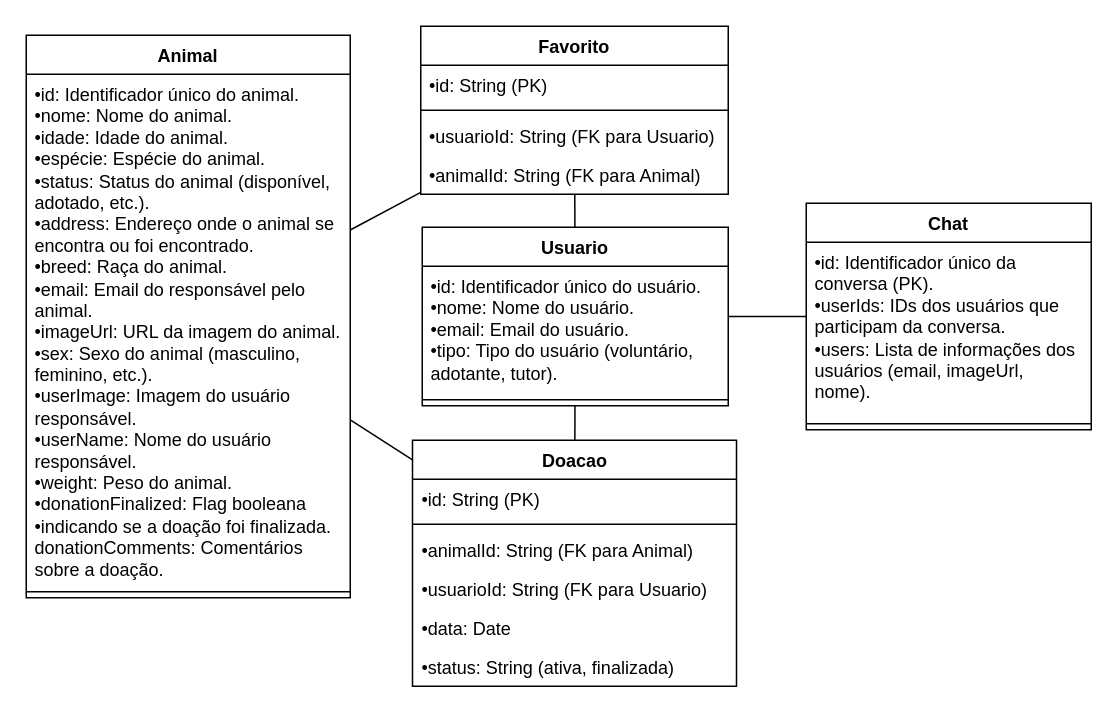
The draw.io diagram Diagrama MER.drawio in JoaoGans/DRAW.tcc, before the edit. Source tidied: cells renumbered, new cells numbered last; positions are measured from the earlier drawing's top-left corner, leaving out a move shared by most shapes. Both pictures are drawn from the tidied source at 150%, with x=0, y=0 at pixel (26, 26).
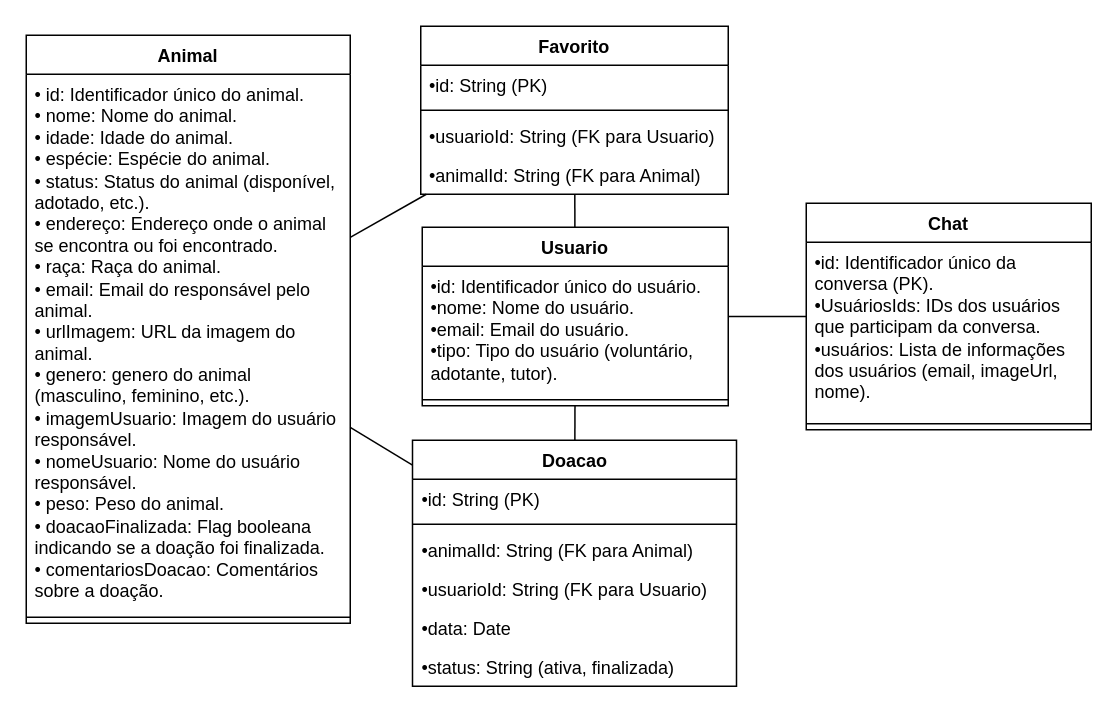
The same page after the edit.

The change refers to these unchanged cells:
```xml
<mxCell id="20" value="Chat" style="swimlane;fontStyle=1;align=center;verticalAlign=top;horizontal=1;startSize=26;whiteSpace=wrap;html=1;" parent="1" vertex="1">
  <mxGeometry x="520" y="118" width="190" height="151" as="geometry" />
</mxCell>
```

Diff of the diagram source:
```diff
@@
     <mxCell id="2" value="Animal" style="swimlane;fontStyle=1;align=center;verticalAlign=top;horizontal=1;startSize=26;whiteSpace=wrap;html=1;" parent="1" vertex="1">
-      <mxGeometry y="6" width="216" height="375" as="geometry" />
+      <mxGeometry y="6" width="216" height="392" as="geometry" />
     </mxCell>
-    <mxCell id="3" value="&lt;div&gt;•id: Identificador único do animal.&lt;/div&gt;&lt;div&gt;•nome: Nome do animal.&lt;/div&gt;&lt;div&gt;•idade: Idade do animal.&lt;/div&gt;&lt;div&gt;•espécie: Espécie do animal.&lt;/div&gt;&lt;div&gt;•status: Status do animal (disponível, adotado, etc.).&lt;/div&gt;&lt;div&gt;•address: Endereço onde o animal se encontra ou foi encontrado.&lt;/div&gt;&lt;div&gt;•breed: Raça do animal.&lt;/div&gt;&lt;div&gt;•email: Email do responsável pelo animal.&lt;/div&gt;&lt;div&gt;•imageUrl: URL da imagem do animal.&lt;/div&gt;&lt;div&gt;•sex: Sexo do animal (masculino, feminino, etc.).&lt;/div&gt;&lt;div&gt;•userImage: Imagem do usuário responsável.&lt;/div&gt;&lt;div&gt;•userName: Nome do usuário responsável.&lt;/div&gt;&lt;div&gt;•weight: Peso do animal.&lt;/div&gt;&lt;div&gt;•donationFinalized: Flag booleana •indicando se a doação foi finalizada.&lt;/div&gt;&lt;div&gt;donationComments:&amp;nbsp;Comentários sobre a doação.&lt;/div&gt;" style="text;strokeColor=none;fillColor=none;align=left;verticalAlign=top;spacingLeft=4;spacingRight=4;overflow=hidden;whiteSpace=wrap;html=1;" parent="2" vertex="1">
-      <mxGeometry y="26" width="216" height="341" as="geometry" />
+    <mxCell id="3" value="• id: Identificador único do animal.&lt;br&gt;• nome: Nome do animal.&lt;br&gt;• idade: Idade do animal.&lt;br&gt;• espécie: Espécie do animal.&lt;br&gt;• status: Status do animal (disponível, adotado, etc.).&lt;br&gt;• endereço: Endereço onde o animal se encontra ou foi encontrado.&lt;br&gt;• raça: Raça do animal.&lt;br&gt;• email: Email do responsável pelo animal.&lt;br&gt;• urlImagem: URL da imagem do animal.&lt;br&gt;• genero: genero do animal (masculino, feminino, etc.).&lt;br&gt;• imagemUsuario: Imagem do usuário responsável.&lt;br&gt;• nomeUsuario: Nome do usuário responsável.&lt;br&gt;• peso: Peso do animal.&lt;br&gt;• doacaoFinalizada: Flag booleana indicando se a doação foi finalizada.&lt;br&gt;• comentariosDoacao: Comentários sobre a doação." style="text;strokeColor=none;fillColor=none;align=left;verticalAlign=top;spacingLeft=4;spacingRight=4;overflow=hidden;whiteSpace=wrap;html=1;" parent="2" vertex="1">
+      <mxGeometry y="26" width="216" height="358" as="geometry" />
     </mxCell>
     <mxCell id="4" style="line;strokeWidth=1;fillColor=none;align=left;verticalAlign=middle;spacingTop=-1;spacingLeft=3;spacingRight=3;labelPosition=right;strokeColor=inherit;" parent="2" vertex="1">
-      <mxGeometry y="367" width="216" height="8" as="geometry" />
+      <mxGeometry y="384" width="216" height="8" as="geometry" />
     </mxCell>
@@
-    <mxCell id="21" value="&lt;div&gt;&lt;span style=&quot;background-color: initial;&quot;&gt;•&lt;/span&gt;id: Identificador único da conversa (PK).&lt;/div&gt;&lt;div&gt;&lt;span style=&quot;background-color: initial;&quot;&gt;•&lt;/span&gt;userIds: IDs dos usuários que participam da conversa.&lt;/div&gt;&lt;div&gt;&lt;span style=&quot;background-color: initial;&quot;&gt;•&lt;/span&gt;users: Lista de informações dos usuários (email, imageUrl, nome).&lt;/div&gt;" style="text;strokeColor=none;fillColor=none;align=left;verticalAlign=top;spacingLeft=4;spacingRight=4;overflow=hidden;whiteSpace=wrap;html=1;" parent="20" vertex="1">
+    <mxCell id="21" value="&lt;div&gt;&lt;span style=&quot;background-color: initial;&quot;&gt;•&lt;/span&gt;id: Identificador único da conversa (PK).&lt;/div&gt;&lt;div&gt;&lt;span style=&quot;background-color: initial;&quot;&gt;•UsuáriosIds&lt;/span&gt;: IDs dos usuários que participam da conversa.&lt;/div&gt;&lt;div&gt;&lt;span style=&quot;background-color: initial;&quot;&gt;•&lt;/span&gt;usuários: Lista de informações dos usuários (email, imageUrl, nome).&lt;/div&gt;" style="text;strokeColor=none;fillColor=none;align=left;verticalAlign=top;spacingLeft=4;spacingRight=4;overflow=hidden;whiteSpace=wrap;html=1;" parent="20" vertex="1">
       <mxGeometry y="26" width="190" height="117" as="geometry" />
     </mxCell>
```
